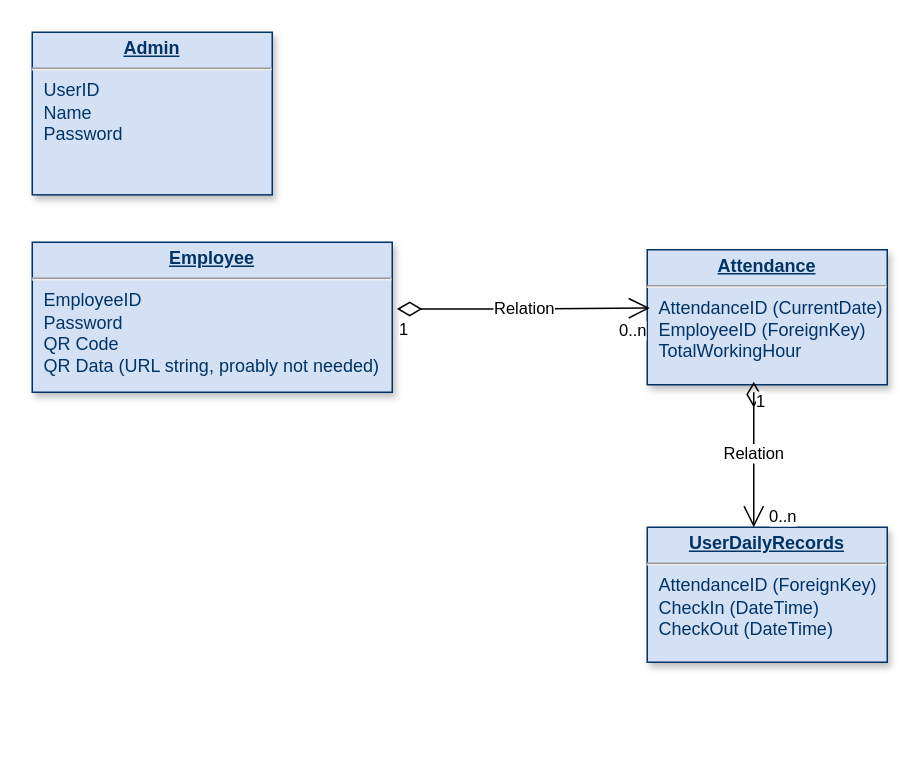
Above: Diagram/DatabaseDiagram/Database.drawio in Calmen00-code/AttendanceTracker (draw.io), before the change. Source tidied: cells renumbered, new cells numbered last; positions are measured from the earlier drawing's top-left corner, leaving out a move shared by most shapes. Both pictures are drawn from the tidied source at 150%, with x=0, y=0 at pixel (32, 32).
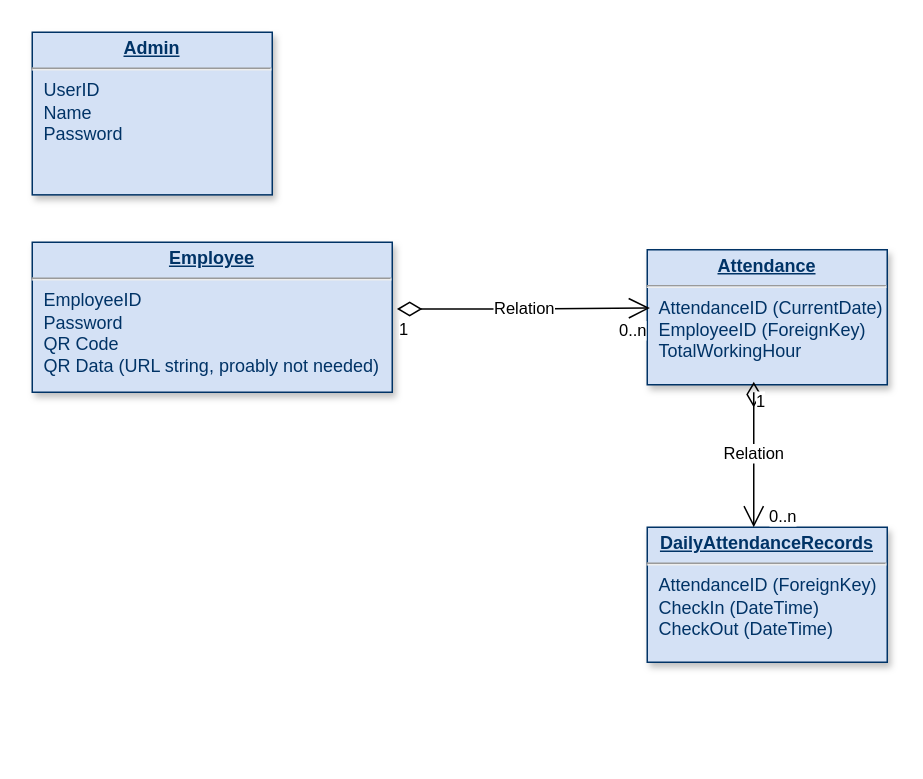
The same page after the edit.

Commit message (it also covers changes not shown here):
Updated the name of DB table from DailyUserRecords to DailyAttendanceRecords

Change to the diagram source:
```diff
@@
 <mxGraphModel>
   <root>
     <mxCell id="0" />
     <mxCell id="1" parent="0" />
     <mxCell id="2" value="&lt;p style=&quot;margin: 0px; margin-top: 4px; text-align: center; text-decoration: underline;&quot;&gt;&lt;b&gt;Admin&lt;/b&gt;&lt;/p&gt;&lt;hr&gt;&lt;p style=&quot;margin: 0px; margin-left: 8px;&quot;&gt;UserID&lt;/p&gt;&lt;p style=&quot;margin: 0px; margin-left: 8px;&quot;&gt;Name&lt;/p&gt;&lt;p style=&quot;margin: 0px; margin-left: 8px;&quot;&gt;Password&lt;/p&gt;" style="verticalAlign=top;align=left;overflow=fill;fontSize=12;fontFamily=Helvetica;html=1;strokeColor=#003366;shadow=1;fillColor=#D4E1F5;fontColor=#003366;" parent="1" vertex="1">
       <mxGeometry width="160" height="108.4" as="geometry" />
     </mxCell>
     <mxCell id="3" value="&lt;p style=&quot;margin: 0px; margin-top: 4px; text-align: center; text-decoration: underline;&quot;&gt;&lt;strong&gt;Employee&lt;/strong&gt;&lt;/p&gt;&lt;hr&gt;&lt;p style=&quot;margin: 0px; margin-left: 8px;&quot;&gt;EmployeeID&lt;/p&gt;&lt;p style=&quot;margin: 0px; margin-left: 8px;&quot;&gt;Password&lt;/p&gt;&lt;p style=&quot;margin: 0px; margin-left: 8px;&quot;&gt;QR Code&lt;/p&gt;&lt;p style=&quot;margin: 0px; margin-left: 8px;&quot;&gt;QR Data (URL string, proably not needed)&lt;/p&gt;" style="verticalAlign=top;align=left;overflow=fill;fontSize=12;fontFamily=Helvetica;html=1;strokeColor=#003366;shadow=1;fillColor=#D4E1F5;fontColor=#003366;" parent="1" vertex="1">
       <mxGeometry y="140" width="240" height="100" as="geometry" />
     </mxCell>
     <mxCell id="4" value="&lt;p style=&quot;forced-color-adjust: none; box-shadow: none !important; color: rgb(161, 205, 249); font-family: Helvetica; font-size: 12px; font-style: normal; font-variant-ligatures: normal; font-variant-caps: normal; font-weight: 400; letter-spacing: normal; orphans: 2; text-align: left; text-indent: 0px; text-transform: none; widows: 2; word-spacing: 0px; -webkit-text-stroke-width: 0px; white-space: nowrap; background-color: rgb(27, 29, 30); text-decoration-thickness: initial; text-decoration-style: initial; text-decoration-color: initial; margin: 0px 0px 0px 8px;&quot;&gt;&lt;br&gt;&lt;/p&gt;" style="text;whiteSpace=wrap;html=1;" parent="1" vertex="1">
       <mxGeometry x="370" y="50" width="180" height="70" as="geometry" />
     </mxCell>
     <mxCell id="5" value="&lt;p style=&quot;margin: 0px; margin-top: 4px; text-align: center; text-decoration: underline;&quot;&gt;&lt;b&gt;Attendance&lt;/b&gt;&lt;/p&gt;&lt;hr&gt;&lt;p style=&quot;margin: 0px; margin-left: 8px;&quot;&gt;AttendanceID (CurrentDate)&lt;/p&gt;&lt;p style=&quot;margin: 0px; margin-left: 8px;&quot;&gt;EmployeeID (ForeignKey)&lt;/p&gt;&lt;p style=&quot;margin: 0px; margin-left: 8px;&quot;&gt;TotalWorkingHour&lt;/p&gt;&lt;p style=&quot;margin: 0px; margin-left: 8px;&quot;&gt;&lt;br&gt;&lt;/p&gt;" style="verticalAlign=top;align=left;overflow=fill;fontSize=12;fontFamily=Helvetica;html=1;strokeColor=#003366;shadow=1;fillColor=#D4E1F5;fontColor=#003366;" parent="1" vertex="1">
       <mxGeometry x="410" y="145" width="160" height="90" as="geometry" />
     </mxCell>
     <mxCell id="6" value="Relation" style="endArrow=open;html=1;endSize=12;startArrow=diamondThin;startSize=14;startFill=0;edgeStyle=orthogonalEdgeStyle;rounded=0;exitX=1.013;exitY=0.445;exitDx=0;exitDy=0;exitPerimeter=0;entryX=0.011;entryY=0.432;entryDx=0;entryDy=0;entryPerimeter=0;" parent="1" edge="1" source="3" target="5">
       <mxGeometry relative="1" as="geometry" />
     </mxCell>
     <mxCell id="7" value="1" style="edgeLabel;html=1;align=left;verticalAlign=top;" parent="6" vertex="1">
       <mxGeometry x="-1" relative="1" as="geometry" />
     </mxCell>
     <mxCell id="8" value="0..n" style="edgeLabel;html=1;align=right;verticalAlign=top;" parent="6" vertex="1">
       <mxGeometry x="1" relative="1" as="geometry">
         <mxPoint x="-2" y="2" as="offset" />
       </mxGeometry>
     </mxCell>
     <mxCell id="9" value="&lt;p style=&quot;forced-color-adjust: none; box-shadow: none !important; color: rgb(161, 205, 249); font-family: Helvetica; font-size: 12px; font-style: normal; font-variant-ligatures: normal; font-variant-caps: normal; font-weight: 400; letter-spacing: normal; orphans: 2; text-align: left; text-indent: 0px; text-transform: none; widows: 2; word-spacing: 0px; -webkit-text-stroke-width: 0px; white-space: nowrap; background-color: rgb(27, 29, 30); text-decoration-thickness: initial; text-decoration-style: initial; text-decoration-color: initial; margin: 0px 0px 0px 8px;&quot;&gt;&lt;br&gt;&lt;/p&gt;" style="text;whiteSpace=wrap;html=1;" parent="1" vertex="1">
       <mxGeometry x="200" y="430" width="160" height="50" as="geometry" />
     </mxCell>
-    <mxCell id="10" value="&lt;p style=&quot;margin: 0px; margin-top: 4px; text-align: center; text-decoration: underline;&quot;&gt;&lt;b&gt;UserDailyRecords&lt;/b&gt;&lt;/p&gt;&lt;hr&gt;&lt;p style=&quot;margin: 0px; margin-left: 8px;&quot;&gt;AttendanceID (ForeignKey)&lt;/p&gt;&lt;p style=&quot;margin: 0px; margin-left: 8px;&quot;&gt;CheckIn (DateTime)&lt;/p&gt;&lt;p style=&quot;margin: 0px; margin-left: 8px;&quot;&gt;CheckOut (DateTime)&lt;/p&gt;&lt;p style=&quot;margin: 0px; margin-left: 8px;&quot;&gt;&lt;br&gt;&lt;/p&gt;" style="verticalAlign=top;align=left;overflow=fill;fontSize=12;fontFamily=Helvetica;html=1;strokeColor=#003366;shadow=1;fillColor=#D4E1F5;fontColor=#003366;" parent="1" vertex="1">
+    <mxCell id="10" value="&lt;p style=&quot;margin: 0px; margin-top: 4px; text-align: center; text-decoration: underline;&quot;&gt;&lt;b&gt;DailyAttendanceRecords&lt;/b&gt;&lt;/p&gt;&lt;hr&gt;&lt;p style=&quot;margin: 0px; margin-left: 8px;&quot;&gt;AttendanceID (ForeignKey)&lt;/p&gt;&lt;p style=&quot;margin: 0px; margin-left: 8px;&quot;&gt;CheckIn (DateTime)&lt;/p&gt;&lt;p style=&quot;margin: 0px; margin-left: 8px;&quot;&gt;CheckOut (DateTime)&lt;/p&gt;&lt;p style=&quot;margin: 0px; margin-left: 8px;&quot;&gt;&lt;br&gt;&lt;/p&gt;" style="verticalAlign=top;align=left;overflow=fill;fontSize=12;fontFamily=Helvetica;html=1;strokeColor=#003366;shadow=1;fillColor=#D4E1F5;fontColor=#003366;" parent="1" vertex="1">
       <mxGeometry x="410" y="330" width="160" height="90" as="geometry" />
     </mxCell>
     <mxCell id="11" value="Relation" style="endArrow=open;html=1;endSize=12;startArrow=diamondThin;startSize=14;startFill=0;edgeStyle=orthogonalEdgeStyle;rounded=0;exitX=0.444;exitY=0.978;exitDx=0;exitDy=0;exitPerimeter=0;" parent="1" edge="1" source="5" target="10">
       <mxGeometry relative="1" as="geometry">
         <Array as="points">
           <mxPoint x="481" y="240" />
           <mxPoint x="481" y="240" />
         </Array>
       </mxGeometry>
     </mxCell>
     <mxCell id="12" value="1" style="edgeLabel;html=1;align=left;verticalAlign=top;" parent="11" vertex="1">
       <mxGeometry x="-1" relative="1" as="geometry" />
     </mxCell>
     <mxCell id="13" value="0..n" style="edgeLabel;html=1;align=right;verticalAlign=top;" parent="11" vertex="1">
       <mxGeometry x="1" relative="1" as="geometry">
         <mxPoint x="29" y="-20" as="offset" />
       </mxGeometry>
     </mxCell>
   </root>
 </mxGraphModel>
```
